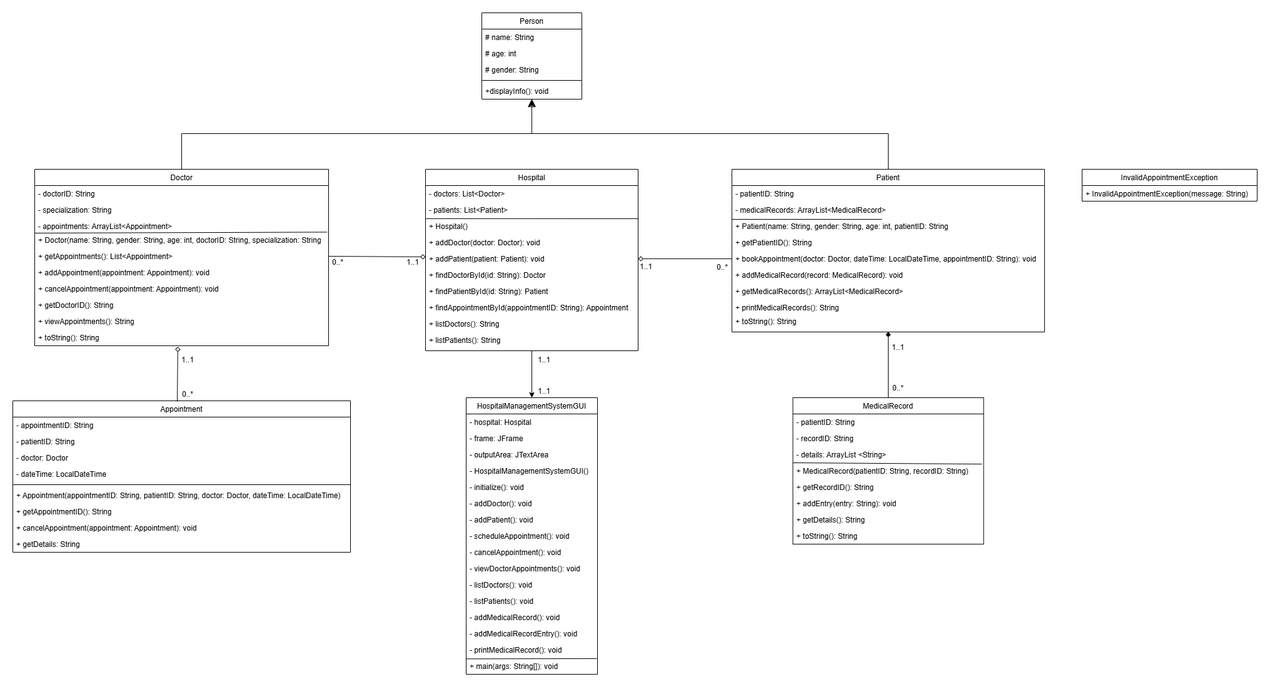
The draw.io diagram img/ClassDiagram.png in tanyiya/HospitalAppointmentManagement, before a commit. Source tidied: cells renumbered, new cells last; positions are measured from the earlier drawing's top-left corner, leaving out a move shared by most shapes.
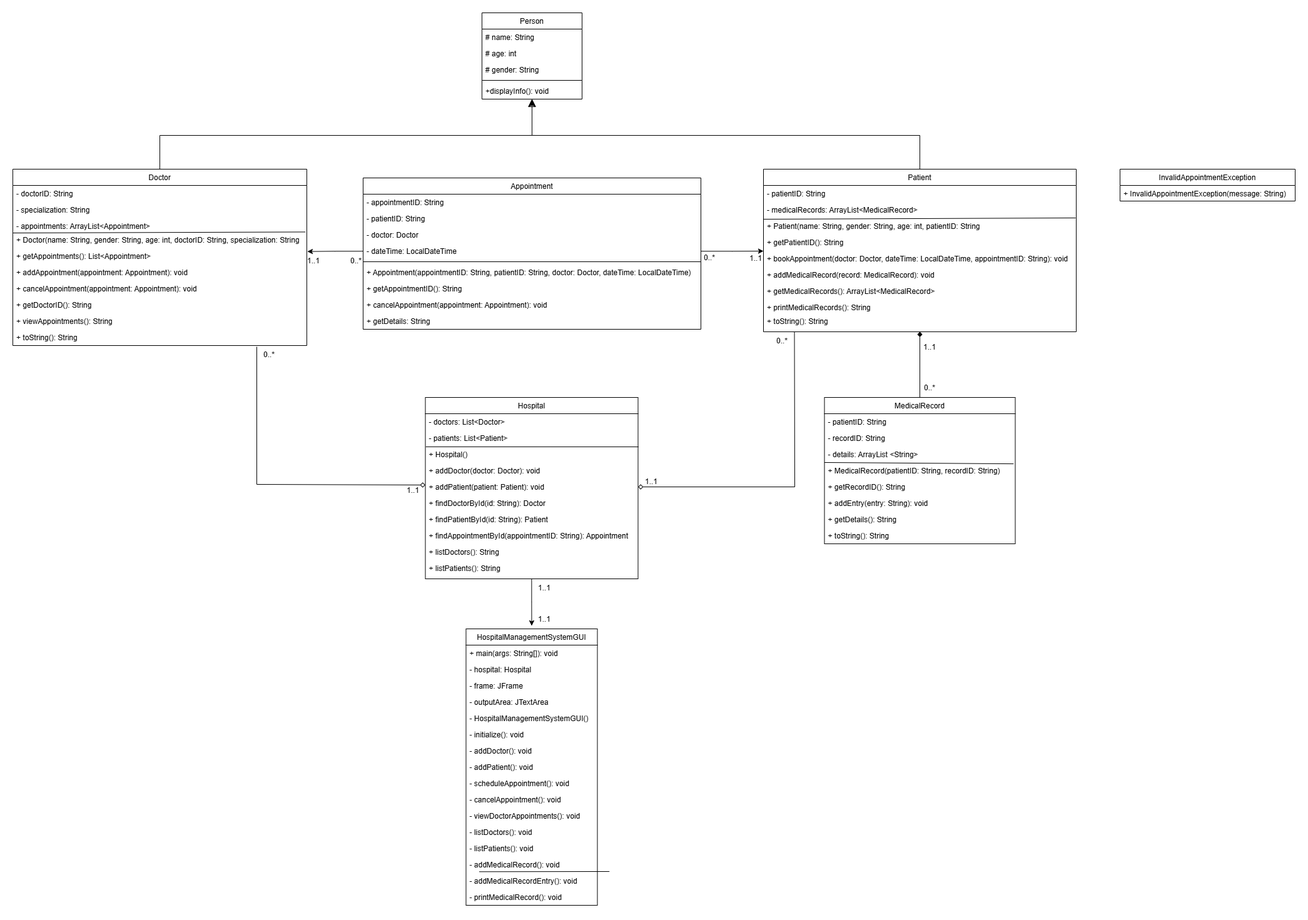
The same file after the commit.

The edit, as a diff of the source:
```diff
@@ -21,7 +21,7 @@
       <mxGeometry y="112" width="160" height="26" as="geometry" />
     </mxCell>
     <mxCell id="8" value="Doctor" style="swimlane;fontStyle=0;align=center;verticalAlign=top;horizontal=1;startSize=26;rounded=0;shadow=0;strokeWidth=1;" parent="1" vertex="1">
-      <mxGeometry x="35" y="250" width="470" height="282" as="geometry" />
+      <mxGeometry y="250" width="470" height="282" as="geometry" />
     </mxCell>
     <mxCell id="9" value="- doctorID: String" style="text;align=left;verticalAlign=top;spacingLeft=4;spacingRight=4;overflow=hidden;" parent="8" vertex="1">
       <mxGeometry y="26" width="470" height="26" as="geometry" />
@@ -62,7 +62,7 @@
       <mxGeometry relative="1" as="geometry" />
     </mxCell>
     <mxCell id="21" value="Patient" style="swimlane;fontStyle=0;align=center;verticalAlign=top;horizontal=1;startSize=26;rounded=0;shadow=0;strokeWidth=1;" parent="1" vertex="1">
-      <mxGeometry x="1150" y="250" width="500" height="260" as="geometry" />
+      <mxGeometry x="1200" y="250" width="500" height="260" as="geometry" />
     </mxCell>
     <mxCell id="22" value="- patientID: String" style="text;align=left;verticalAlign=top;spacingLeft=4;spacingRight=4;overflow=hidden;" parent="21" vertex="1">
       <mxGeometry y="26" width="500" height="26" as="geometry" />
@@ -70,10 +70,9 @@
     <mxCell id="23" value="- medicalRecords: ArrayList&lt;MedicalRecord&gt;" style="text;align=left;verticalAlign=top;spacingLeft=4;spacingRight=4;overflow=hidden;points=[[0,0.5],[1,0.5]];portConstraint=eastwest;" parent="21" vertex="1">
       <mxGeometry y="52" width="500" height="26" as="geometry" />
     </mxCell>
-    <mxCell id="24" style="endArrow=none;html=1;rounded=0;" parent="21" edge="1">
+    <mxCell id="24" style="endArrow=none;html=1;rounded=0;entryX=0.998;entryY=0.998;entryDx=0;entryDy=0;entryPerimeter=0;" parent="21" edge="1" target="23">
       <mxGeometry relative="1" as="geometry">
         <mxPoint y="80" as="sourcePoint" />
-        <mxPoint x="240" y="80" as="targetPoint" />
       </mxGeometry>
     </mxCell>
     <mxCell id="25" value="+ Patient(name: String, gender: String, age: int, patientID: String" style="text;align=left;verticalAlign=top;spacingLeft=4;spacingRight=4;overflow=hidden;" parent="21" vertex="1">
@@ -101,13 +100,13 @@
       <mxGeometry relative="1" as="geometry" />
     </mxCell>
     <mxCell id="33" value="InvalidAppointmentException" style="swimlane;fontStyle=0;align=center;verticalAlign=top;horizontal=1;startSize=26;rounded=0;shadow=0;strokeWidth=1;" parent="1" vertex="1">
-      <mxGeometry x="1710" y="250" width="280" height="51" as="geometry" />
+      <mxGeometry x="1770" y="250" width="280" height="51" as="geometry" />
     </mxCell>
     <mxCell id="34" value="+ InvalidAppointmentException(message: String)" style="text;align=left;verticalAlign=top;spacingLeft=4;spacingRight=4;overflow=hidden;" parent="33" vertex="1">
       <mxGeometry y="26" width="280" height="24" as="geometry" />
     </mxCell>
     <mxCell id="35" value="Appointment" style="swimlane;fontStyle=0;align=center;verticalAlign=top;horizontal=1;startSize=26;rounded=0;shadow=0;strokeWidth=1;" parent="1" vertex="1">
-      <mxGeometry y="620" width="540" height="242" as="geometry" />
+      <mxGeometry x="560" y="264" width="540" height="242" as="geometry" />
     </mxCell>
     <mxCell id="36" value="- appointmentID: String" style="text;align=left;verticalAlign=top;spacingLeft=4;spacingRight=4;overflow=hidden;" parent="35" vertex="1">
       <mxGeometry y="26" width="540" height="26" as="geometry" />
@@ -136,11 +135,13 @@
     <mxCell id="44" value="+ getDetails: String" style="text;align=left;verticalAlign=top;spacingLeft=4;spacingRight=4;overflow=hidden;" parent="35" vertex="1">
       <mxGeometry y="216" width="540" height="26" as="geometry" />
     </mxCell>
-    <mxCell id="45" style="edgeStyle=orthogonalEdgeStyle;rounded=0;jettySize=auto;html=1;entryX=0.5;entryY=0;entryDx=0;entryDy=0;" parent="1" edge="1" source="46" target="58">
-      <mxGeometry relative="1" as="geometry" />
+    <mxCell id="45" style="edgeStyle=orthogonalEdgeStyle;rounded=0;jettySize=auto;html=1;entryX=0.5;entryY=0;entryDx=0;entryDy=0;" parent="1" edge="1" source="46">
+      <mxGeometry relative="1" as="geometry">
+        <mxPoint x="829.5" y="980" as="targetPoint" />
+      </mxGeometry>
     </mxCell>
     <mxCell id="46" value="Hospital" style="swimlane;fontStyle=0;align=center;verticalAlign=top;horizontal=1;startSize=26;rounded=0;shadow=0;strokeWidth=1;" parent="1" vertex="1">
-      <mxGeometry x="660" y="250" width="340" height="290" as="geometry" />
+      <mxGeometry x="659.5" y="615" width="340" height="290" as="geometry" />
     </mxCell>
     <mxCell id="47" value="- doctors: List&lt;Doctor&gt;" style="text;align=left;verticalAlign=top;spacingLeft=4;spacingRight=4;overflow=hidden;" parent="46" vertex="1">
       <mxGeometry y="26" width="340" height="26" as="geometry" />
@@ -176,61 +177,64 @@
       <mxGeometry relative="1" as="geometry" />
     </mxCell>
     <mxCell id="58" value="HospitalManagementSystemGUI" style="swimlane;fontStyle=0;align=center;verticalAlign=top;horizontal=1;startSize=26;rounded=0;shadow=0;strokeWidth=1;" parent="1" vertex="1">
-      <mxGeometry x="725" y="615" width="210" height="442" as="geometry" />
+      <mxGeometry x="724.5" y="985" width="210" height="442" as="geometry" />
     </mxCell>
+    <mxCell id="74" value="+ main(args: String[]): void" style="text;align=left;verticalAlign=top;spacingLeft=4;spacingRight=4;overflow=hidden;points=[[0,0.5],[1,0.5]];portConstraint=eastwest;" parent="58" vertex="1">
+      <mxGeometry y="26" width="210" height="26" as="geometry" />
+    </mxCell>
     <mxCell id="59" value="- hospital: Hospital" style="text;align=left;verticalAlign=top;spacingLeft=4;spacingRight=4;overflow=hidden;" parent="58" vertex="1">
-      <mxGeometry y="26" width="210" height="26" as="geometry" />
+      <mxGeometry y="52" width="210" height="26" as="geometry" />
     </mxCell>
     <mxCell id="60" value="- frame: JFrame" style="text;align=left;verticalAlign=top;spacingLeft=4;spacingRight=4;overflow=hidden;rounded=0;shadow=0;html=0;" parent="58" vertex="1">
-      <mxGeometry y="52" width="210" height="26" as="geometry" />
+      <mxGeometry y="78" width="210" height="26" as="geometry" />
     </mxCell>
     <mxCell id="61" value="- outputArea: JTextArea" style="text;align=left;verticalAlign=top;spacingLeft=4;spacingRight=4;overflow=hidden;rounded=0;shadow=0;html=0;" parent="58" vertex="1">
-      <mxGeometry y="78" width="210" height="26" as="geometry" />
+      <mxGeometry y="104" width="210" height="26" as="geometry" />
     </mxCell>
     <mxCell id="62" value="- HospitalManagementSystemGUI()" style="text;align=left;verticalAlign=top;spacingLeft=4;spacingRight=4;overflow=hidden;rounded=0;shadow=0;html=0;" parent="58" vertex="1">
-      <mxGeometry y="104" width="210" height="26" as="geometry" />
+      <mxGeometry y="130" width="210" height="26" as="geometry" />
     </mxCell>
     <mxCell id="63" value="- initialize(): void" style="text;align=left;verticalAlign=top;spacingLeft=4;spacingRight=4;overflow=hidden;rounded=0;shadow=0;html=0;" parent="58" vertex="1">
-      <mxGeometry y="130" width="210" height="26" as="geometry" />
+      <mxGeometry y="156" width="210" height="26" as="geometry" />
     </mxCell>
     <mxCell id="64" value="- addDoctor(): void" style="text;align=left;verticalAlign=top;spacingLeft=4;spacingRight=4;overflow=hidden;" parent="58" vertex="1">
-      <mxGeometry y="156" width="210" height="26" as="geometry" />
+      <mxGeometry y="182" width="210" height="26" as="geometry" />
     </mxCell>
     <mxCell id="65" value="- addPatient(): void" style="text;align=left;verticalAlign=top;spacingLeft=4;spacingRight=4;overflow=hidden;" parent="58" vertex="1">
-      <mxGeometry y="182" width="210" height="26" as="geometry" />
+      <mxGeometry y="208" width="210" height="26" as="geometry" />
     </mxCell>
     <mxCell id="66" value="- scheduleAppointment(): void" style="text;align=left;verticalAlign=top;spacingLeft=4;spacingRight=4;overflow=hidden;" parent="58" vertex="1">
-      <mxGeometry y="208" width="210" height="26" as="geometry" />
+      <mxGeometry y="234" width="210" height="26" as="geometry" />
     </mxCell>
     <mxCell id="67" value="- cancelAppointment(): void" style="text;align=left;verticalAlign=top;spacingLeft=4;spacingRight=4;overflow=hidden;" parent="58" vertex="1">
-      <mxGeometry y="234" width="210" height="26" as="geometry" />
+      <mxGeometry y="260" width="210" height="26" as="geometry" />
     </mxCell>
     <mxCell id="68" value="- viewDoctorAppointments(): void" style="text;align=left;verticalAlign=top;spacingLeft=4;spacingRight=4;overflow=hidden;" parent="58" vertex="1">
-      <mxGeometry y="260" width="210" height="26" as="geometry" />
+      <mxGeometry y="286" width="210" height="26" as="geometry" />
     </mxCell>
     <mxCell id="69" value="- listDoctors(): void" style="text;align=left;verticalAlign=top;spacingLeft=4;spacingRight=4;overflow=hidden;" parent="58" vertex="1">
-      <mxGeometry y="286" width="210" height="26" as="geometry" />
+      <mxGeometry y="312" width="210" height="26" as="geometry" />
     </mxCell>
     <mxCell id="70" value="- listPatients(): void" style="text;align=left;verticalAlign=top;spacingLeft=4;spacingRight=4;overflow=hidden;" parent="58" vertex="1">
-      <mxGeometry y="312" width="210" height="26" as="geometry" />
+      <mxGeometry y="338" width="210" height="26" as="geometry" />
     </mxCell>
     <mxCell id="71" value="- addMedicalRecord(): void" style="text;align=left;verticalAlign=top;spacingLeft=4;spacingRight=4;overflow=hidden;" parent="58" vertex="1">
-      <mxGeometry y="338" width="210" height="26" as="geometry" />
+      <mxGeometry y="364" width="210" height="26" as="geometry" />
     </mxCell>
     <mxCell id="72" value="- addMedicalRecordEntry(): void" style="text;align=left;verticalAlign=top;spacingLeft=4;spacingRight=4;overflow=hidden;" parent="58" vertex="1">
-      <mxGeometry y="364" width="210" height="26" as="geometry" />
+      <mxGeometry y="390" width="210" height="26" as="geometry" />
     </mxCell>
     <mxCell id="73" value="- printMedicalRecord(): void" style="text;align=left;verticalAlign=top;spacingLeft=4;spacingRight=4;overflow=hidden;" parent="58" vertex="1">
-      <mxGeometry y="390" width="210" height="26" as="geometry" />
+      <mxGeometry y="416" width="210" height="26" as="geometry" />
     </mxCell>
-    <mxCell id="74" value="+ main(args: String[]): void" style="text;align=left;verticalAlign=top;spacingLeft=4;spacingRight=4;overflow=hidden;points=[[0,0.5],[1,0.5]];portConstraint=eastwest;" parent="58" vertex="1">
-      <mxGeometry y="416" width="210" height="26" as="geometry" />
-    </mxCell>
-    <mxCell id="75" style="endArrow=none;html=1;rounded=0;exitX=0.003;exitY=0.051;exitDx=0;exitDy=0;exitPerimeter=0;entryX=0.994;entryY=0.037;entryDx=0;entryDy=0;entryPerimeter=0;" parent="58" edge="1" source="74" target="74">
-      <mxGeometry relative="1" as="geometry" />
+    <mxCell id="75" style="endArrow=none;html=1;rounded=0;exitX=0.003;exitY=0.051;exitDx=0;exitDy=0;exitPerimeter=0;entryX=0.994;entryY=0.037;entryDx=0;entryDy=0;entryPerimeter=0;" parent="58" edge="1">
+      <mxGeometry relative="1" as="geometry">
+        <mxPoint x="21.1" y="388.3" as="sourcePoint" />
+        <mxPoint x="229.2" y="388" as="targetPoint" />
+      </mxGeometry>
     </mxCell>
     <mxCell id="76" value="MedicalRecord" style="swimlane;fontStyle=0;align=center;verticalAlign=top;horizontal=1;startSize=26;rounded=0;shadow=0;strokeWidth=1;" parent="1" vertex="1">
-      <mxGeometry x="1247.5" y="615" width="305" height="234" as="geometry" />
+      <mxGeometry x="1297.5" y="615" width="305" height="234" as="geometry" />
     </mxCell>
     <mxCell id="77" value="- patientID: String" style="text;align=left;verticalAlign=top;spacingLeft=4;spacingRight=4;overflow=hidden;" parent="76" vertex="1">
       <mxGeometry y="26" width="305" height="26" as="geometry" />
@@ -261,47 +265,67 @@
     <mxCell id="85" value="+ toString(): String" style="text;align=left;verticalAlign=top;spacingLeft=4;spacingRight=4;overflow=hidden;" parent="76" vertex="1">
       <mxGeometry y="208" width="305" height="26" as="geometry" />
     </mxCell>
-    <mxCell id="86" style="endArrow=diamond;html=1;rounded=0;entryX=0.487;entryY=1.06;entryDx=0;entryDy=0;entryPerimeter=0;exitX=0.487;exitY=0.004;exitDx=0;exitDy=0;exitPerimeter=0;endFill=0;strokeWidth=1;targetPerimeterSpacing=0;" parent="1" edge="1" source="35" target="19">
-      <mxGeometry relative="1" as="geometry" />
-    </mxCell>
     <mxCell id="87" value="0..*" style="text;html=1;align=center;verticalAlign=middle;whiteSpace=wrap;rounded=0;" parent="1" vertex="1">
-      <mxGeometry x="250" y="595" width="60" height="30" as="geometry" />
+      <mxGeometry x="519" y="382" width="60" height="30" as="geometry" />
     </mxCell>
     <mxCell id="88" style="endArrow=diamond;html=1;rounded=0;entryX=0.5;entryY=1;entryDx=0;entryDy=0;exitX=0.5;exitY=0;exitDx=0;exitDy=0;endFill=1;strokeWidth=1;targetPerimeterSpacing=0;" parent="1" edge="1" source="76" target="21">
       <mxGeometry relative="1" as="geometry" />
     </mxCell>
     <mxCell id="89" value="0..*" style="text;html=1;align=center;verticalAlign=middle;whiteSpace=wrap;rounded=0;" parent="1" vertex="1">
-      <mxGeometry x="1386" y="585" width="60" height="30" as="geometry" />
+      <mxGeometry x="1436" y="585" width="60" height="30" as="geometry" />
     </mxCell>
-    <mxCell id="90" style="endArrow=diamond;html=1;rounded=0;entryX=0;entryY=0.384;entryDx=0;entryDy=0;exitX=1;exitY=0.5;exitDx=0;exitDy=0;endFill=0;strokeWidth=1;targetPerimeterSpacing=0;entryPerimeter=0;" parent="1" edge="1" source="14" target="51">
-      <mxGeometry relative="1" as="geometry" />
+    <mxCell id="90" style="endArrow=diamond;html=1;rounded=0;entryX=0;entryY=0.384;entryDx=0;entryDy=0;endFill=0;strokeWidth=1;targetPerimeterSpacing=0;entryPerimeter=0;" parent="1" edge="1" target="51">
+      <mxGeometry relative="1" as="geometry">
+        <mxPoint x="390" y="534" as="sourcePoint" />
+        <Array as="points">
+          <mxPoint x="390" y="754" />
+        </Array>
+      </mxGeometry>
     </mxCell>
     <mxCell id="91" value="0..*" style="text;html=1;align=center;verticalAlign=middle;whiteSpace=wrap;rounded=0;" parent="1" vertex="1">
-      <mxGeometry x="490" y="384" width="60" height="30" as="geometry" />
+      <mxGeometry x="380" y="532" width="60" height="30" as="geometry" />
     </mxCell>
-    <mxCell id="92" style="endArrow=diamond;html=1;rounded=0;entryX=1;entryY=0.5;entryDx=0;entryDy=0;exitX=0;exitY=0.5;exitDx=0;exitDy=0;endFill=0;strokeWidth=1;targetPerimeterSpacing=0;" parent="1" edge="1" source="27" target="51">
-      <mxGeometry relative="1" as="geometry" />
+    <mxCell id="92" style="endArrow=diamond;html=1;rounded=0;entryX=1;entryY=0.5;entryDx=0;entryDy=0;endFill=0;strokeWidth=1;targetPerimeterSpacing=0;exitX=0.099;exitY=1.146;exitDx=0;exitDy=0;exitPerimeter=0;" parent="1" edge="1" source="31" target="51">
+      <mxGeometry relative="1" as="geometry">
+        <Array as="points">
+          <mxPoint x="1250" y="758" />
+        </Array>
+      </mxGeometry>
     </mxCell>
     <mxCell id="93" value="0..*" style="text;html=1;align=center;verticalAlign=middle;whiteSpace=wrap;rounded=0;" parent="1" vertex="1">
-      <mxGeometry x="1105" y="392" width="60" height="30" as="geometry" />
+      <mxGeometry x="1200" y="510" width="60" height="30" as="geometry" />
     </mxCell>
     <mxCell id="94" value="1..1" style="text;html=1;align=center;verticalAlign=middle;whiteSpace=wrap;rounded=0;" parent="1" vertex="1">
-      <mxGeometry x="983" y="391" width="60" height="30" as="geometry" />
+      <mxGeometry x="990.5" y="735" width="60" height="30" as="geometry" />
     </mxCell>
     <mxCell id="95" value="1..1" style="text;html=1;align=center;verticalAlign=middle;whiteSpace=wrap;rounded=0;" parent="1" vertex="1">
-      <mxGeometry x="610" y="384" width="60" height="30" as="geometry" />
+      <mxGeometry x="609.5" y="749" width="60" height="30" as="geometry" />
     </mxCell>
     <mxCell id="96" value="1..1" style="text;html=1;align=center;verticalAlign=middle;whiteSpace=wrap;rounded=0;" parent="1" vertex="1">
-      <mxGeometry x="1386" y="520" width="60" height="30" as="geometry" />
+      <mxGeometry x="1436" y="520" width="60" height="30" as="geometry" />
     </mxCell>
     <mxCell id="97" value="1..1" style="text;html=1;align=center;verticalAlign=middle;whiteSpace=wrap;rounded=0;" parent="1" vertex="1">
-      <mxGeometry x="250" y="540" width="60" height="30" as="geometry" />
+      <mxGeometry x="451" y="382" width="60" height="30" as="geometry" />
     </mxCell>
     <mxCell id="98" value="1..1" style="text;html=1;align=center;verticalAlign=middle;whiteSpace=wrap;rounded=0;" parent="1" vertex="1">
-      <mxGeometry x="820" y="590" width="60" height="30" as="geometry" />
+      <mxGeometry x="819.5" y="955" width="60" height="30" as="geometry" />
     </mxCell>
     <mxCell id="99" value="1..1" style="text;html=1;align=center;verticalAlign=middle;whiteSpace=wrap;rounded=0;" parent="1" vertex="1">
-      <mxGeometry x="820" y="540" width="60" height="30" as="geometry" />
+      <mxGeometry x="819.5" y="905" width="60" height="30" as="geometry" />
     </mxCell>
+    <mxCell id="100" style="edgeStyle=orthogonalEdgeStyle;rounded=0;jettySize=auto;html=1;" parent="1" edge="1" source="39">
+      <mxGeometry relative="1" as="geometry">
+        <mxPoint x="1200" y="381" as="targetPoint" />
+      </mxGeometry>
+    </mxCell>
+    <mxCell id="101" style="edgeStyle=orthogonalEdgeStyle;rounded=0;jettySize=auto;html=1;entryX=1.002;entryY=0.218;entryDx=0;entryDy=0;entryPerimeter=0;" parent="1" edge="1" source="39" target="14">
+      <mxGeometry relative="1" as="geometry" />
+    </mxCell>
+    <mxCell id="102" value="0..*" style="text;html=1;align=center;verticalAlign=middle;whiteSpace=wrap;rounded=0;" parent="1" vertex="1">
+      <mxGeometry x="1084" y="377" width="60" height="30" as="geometry" />
+    </mxCell>
+    <mxCell id="103" value="1..1" style="text;html=1;align=center;verticalAlign=middle;whiteSpace=wrap;rounded=0;" parent="1" vertex="1">
+      <mxGeometry x="1158" y="378" width="60" height="30" as="geometry" />
+    </mxCell>
   </root>
 </mxGraphModel>
```
